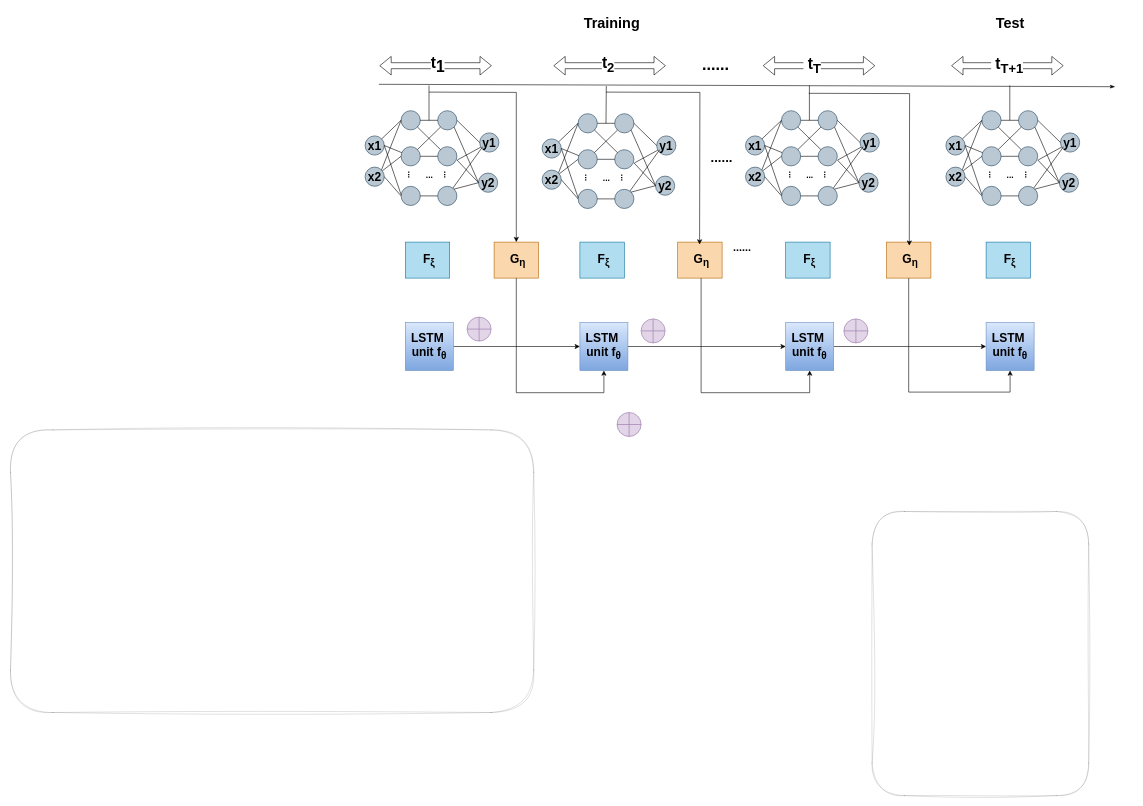
This is 未命名绘图.drawio from lilang0710/ll, a draw.io file, before an edit. Source tidied: cells renumbered, new cells numbered last; positions are measured from the earlier drawing's top-left corner, leaving out a move shared by most shapes. Both pictures are drawn from the tidied source at 60%, with x=0, y=0 at pixel (10, 10).
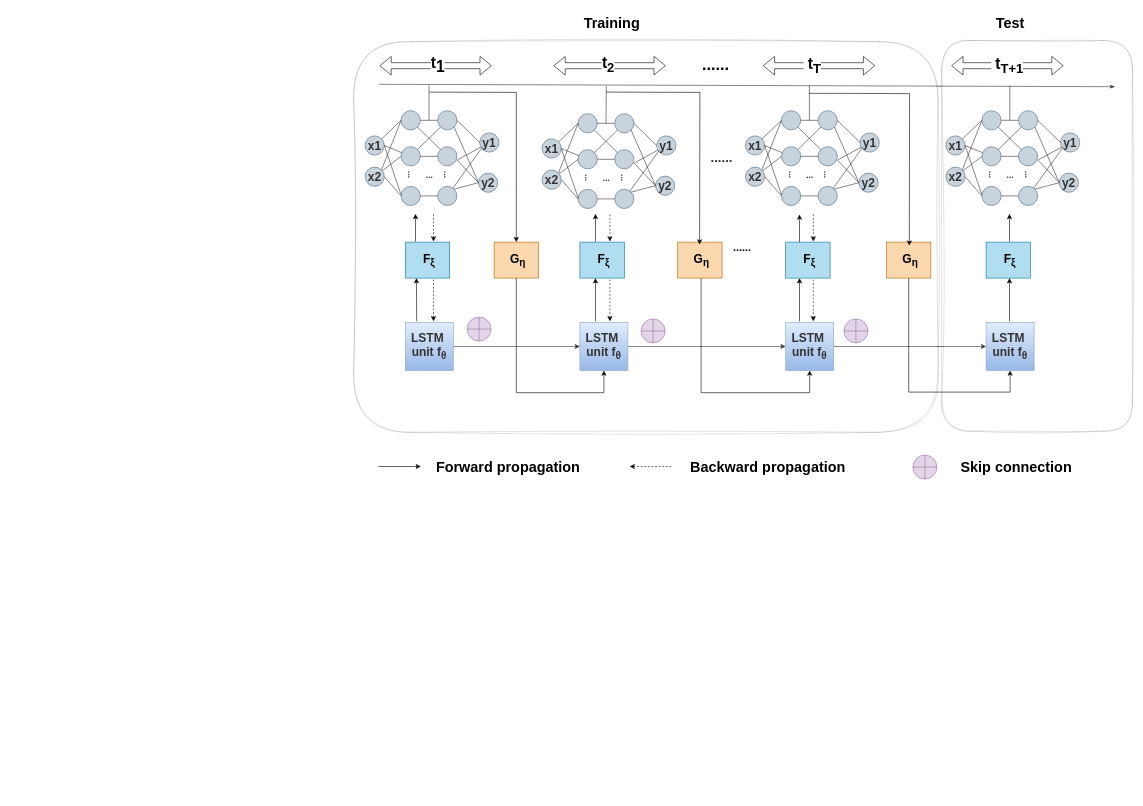
Above is the later version.

Commit message (it also covers changes not shown here):
更新未命名绘图.drawio

Unchanged cells that the change refers to:
```xml
<mxCell id="148" value="&lt;font style=&quot;font-size: 20px;&quot;&gt;&lt;b&gt;&amp;nbsp;F&lt;sub&gt;ξ&lt;/sub&gt;&lt;/b&gt;&lt;/font&gt;" style="rounded=0;whiteSpace=wrap;html=1;fillColor=#b1ddf0;strokeColor=#10739e;" parent="1" vertex="1">
  <mxGeometry x="658" y="386" width="74" height="60" as="geometry" />
</mxCell>
```

Change to the diagram source:
```diff
@@
     <mxCell id="135" style="rounded=1;whiteSpace=wrap;html=1;sketch=1;curveFitting=1;jiggle=2;shadow=0;opacity=20;" parent="1" vertex="1">
-      <mxGeometry y="699" width="872" height="471" as="geometry" />
+      <mxGeometry x="572" y="52" width="974" height="651" as="geometry" />
     </mxCell>
     <mxCell id="136" style="rounded=1;whiteSpace=wrap;html=1;sketch=1;curveFitting=1;jiggle=2;shadow=0;opacity=20;" parent="1" vertex="1">
-      <mxGeometry x="1436" y="835" width="361" height="473.5" as="geometry" />
+      <mxGeometry x="1552" y="50" width="318" height="651" as="geometry" />
     </mxCell>
@@
     <mxCell id="159" style="shape=orEllipse;perimeter=ellipsePerimeter;whiteSpace=wrap;html=1;backgroundOutline=1;fillColor=#e1d5e7;strokeColor=#9673a6;" parent="1" vertex="1">
-      <mxGeometry x="1011" y="670" width="40" height="40" as="geometry" />
+      <mxGeometry x="1504" y="741" width="40" height="40" as="geometry" />
     </mxCell>
@@
+    <mxCell id="166" style="endArrow=classic;html=1;rounded=0;entryX=0.25;entryY=1;entryDx=0;entryDy=0;" parent="1" edge="1" target="148">
+      <mxGeometry relative="1" as="geometry">
+        <mxPoint x="677" y="518" as="sourcePoint" />
+      </mxGeometry>
+    </mxCell>
+    <mxCell id="167" style="endArrow=classic;html=1;rounded=0;entryX=0.25;entryY=1;entryDx=0;entryDy=0;" parent="1" edge="1">
+      <mxGeometry relative="1" as="geometry">
+        <mxPoint x="975" y="518" as="sourcePoint" />
+        <mxPoint x="975" y="446" as="targetPoint" />
+      </mxGeometry>
+    </mxCell>
+    <mxCell id="168" style="endArrow=classic;html=1;rounded=0;entryX=0.25;entryY=1;entryDx=0;entryDy=0;" parent="1" edge="1">
+      <mxGeometry relative="1" as="geometry">
+        <mxPoint x="1315" y="518" as="sourcePoint" />
+        <mxPoint x="1315" y="446" as="targetPoint" />
+      </mxGeometry>
+    </mxCell>
+    <mxCell id="169" style="endArrow=classic;html=1;rounded=0;entryX=0.25;entryY=1;entryDx=0;entryDy=0;" parent="1" edge="1">
+      <mxGeometry relative="1" as="geometry">
+        <mxPoint x="1665" y="518" as="sourcePoint" />
+        <mxPoint x="1665" y="446" as="targetPoint" />
+      </mxGeometry>
+    </mxCell>
+    <mxCell id="170" style="endArrow=classic;html=1;rounded=0;entryX=0.25;entryY=1;entryDx=0;entryDy=0;" parent="1" edge="1">
+      <mxGeometry relative="1" as="geometry">
+        <mxPoint x="675" y="385" as="sourcePoint" />
+        <mxPoint x="675" y="339" as="targetPoint" />
+      </mxGeometry>
+    </mxCell>
+    <mxCell id="171" style="endArrow=classic;html=1;rounded=0;entryX=0.25;entryY=1;entryDx=0;entryDy=0;" parent="1" edge="1">
+      <mxGeometry relative="1" as="geometry">
+        <mxPoint x="975" y="385" as="sourcePoint" />
+        <mxPoint x="975" y="339" as="targetPoint" />
+      </mxGeometry>
+    </mxCell>
+    <mxCell id="172" style="endArrow=classic;html=1;rounded=0;entryX=0.25;entryY=1;entryDx=0;entryDy=0;" parent="1" edge="1">
+      <mxGeometry relative="1" as="geometry">
+        <mxPoint x="1315" y="386" as="sourcePoint" />
+        <mxPoint x="1315" y="340" as="targetPoint" />
+      </mxGeometry>
+    </mxCell>
+    <mxCell id="173" style="endArrow=classic;html=1;rounded=0;entryX=0.25;entryY=1;entryDx=0;entryDy=0;" parent="1" edge="1">
+      <mxGeometry relative="1" as="geometry">
+        <mxPoint x="1665" y="385" as="sourcePoint" />
+        <mxPoint x="1665" y="339" as="targetPoint" />
+      </mxGeometry>
+    </mxCell>
+    <mxCell id="174" style="endArrow=none;html=1;rounded=0;entryX=0.25;entryY=1;entryDx=0;entryDy=0;endFill=0;startArrow=classic;startFill=1;dashed=1;" parent="1" edge="1">
+      <mxGeometry relative="1" as="geometry">
+        <mxPoint x="705" y="518" as="sourcePoint" />
+        <mxPoint x="705" y="446" as="targetPoint" />
+      </mxGeometry>
+    </mxCell>
+    <mxCell id="175" style="endArrow=none;html=1;rounded=0;entryX=0.25;entryY=1;entryDx=0;entryDy=0;endFill=0;startArrow=classic;startFill=1;dashed=1;" parent="1" edge="1">
+      <mxGeometry relative="1" as="geometry">
+        <mxPoint x="999" y="518" as="sourcePoint" />
+        <mxPoint x="999" y="446" as="targetPoint" />
+      </mxGeometry>
+    </mxCell>
+    <mxCell id="176" style="endArrow=none;html=1;rounded=0;entryX=0.25;entryY=1;entryDx=0;entryDy=0;endFill=0;startArrow=classic;startFill=1;dashed=1;" parent="1" edge="1">
+      <mxGeometry relative="1" as="geometry">
+        <mxPoint x="1338" y="518" as="sourcePoint" />
+        <mxPoint x="1338" y="446" as="targetPoint" />
+      </mxGeometry>
+    </mxCell>
+    <mxCell id="177" style="endArrow=none;html=1;rounded=0;entryX=0.25;entryY=1;entryDx=0;entryDy=0;endFill=0;startArrow=classic;startFill=1;dashed=1;" parent="1" edge="1">
+      <mxGeometry relative="1" as="geometry">
+        <mxPoint x="705" y="385" as="sourcePoint" />
+        <mxPoint x="705" y="339" as="targetPoint" />
+      </mxGeometry>
+    </mxCell>
+    <mxCell id="178" style="endArrow=none;html=1;rounded=0;entryX=0.25;entryY=1;entryDx=0;entryDy=0;endFill=0;startArrow=classic;startFill=1;dashed=1;" parent="1" edge="1">
+      <mxGeometry relative="1" as="geometry">
+        <mxPoint x="999" y="385" as="sourcePoint" />
+        <mxPoint x="999" y="339" as="targetPoint" />
+      </mxGeometry>
+    </mxCell>
+    <mxCell id="179" style="endArrow=none;html=1;rounded=0;entryX=0.25;entryY=1;entryDx=0;entryDy=0;endFill=0;startArrow=classic;startFill=1;dashed=1;" parent="1" edge="1">
+      <mxGeometry relative="1" as="geometry">
+        <mxPoint x="1338" y="385" as="sourcePoint" />
+        <mxPoint x="1338" y="339" as="targetPoint" />
+      </mxGeometry>
+    </mxCell>
+    <mxCell id="180" style="endArrow=classic;html=1;rounded=0;" parent="1" edge="1">
+      <mxGeometry relative="1" as="geometry">
+        <mxPoint x="613" y="760" as="sourcePoint" />
+        <mxPoint x="684" y="760" as="targetPoint" />
+      </mxGeometry>
+    </mxCell>
+    <mxCell id="181" style="endArrow=none;html=1;rounded=0;endFill=0;startArrow=classic;startFill=1;dashed=1;" parent="1" edge="1">
+      <mxGeometry relative="1" as="geometry">
+        <mxPoint x="1032" y="760" as="sourcePoint" />
+        <mxPoint x="1103" y="760" as="targetPoint" />
+      </mxGeometry>
+    </mxCell>
+    <mxCell id="182" value="&lt;font size=&quot;1&quot;&gt;&lt;b&gt;&lt;font style=&quot;font-size: 24px;&quot;&gt;Forward propagation&lt;br&gt;&lt;/font&gt;&lt;/b&gt;&lt;/font&gt;" style="text;html=1;align=center;verticalAlign=middle;strokeColor=none;fillColor=none;" parent="1" vertex="1">
+      <mxGeometry x="700" y="741" width="258" height="41" as="geometry" />
+    </mxCell>
+    <mxCell id="183" value="&lt;font size=&quot;1&quot;&gt;&lt;b&gt;&lt;font style=&quot;font-size: 24px;&quot;&gt;Backward propagation&lt;/font&gt;&lt;/b&gt;&lt;/font&gt;" style="text;html=1;align=center;verticalAlign=middle;strokeColor=none;fillColor=none;" parent="1" vertex="1">
+      <mxGeometry x="1123" y="741" width="277" height="41" as="geometry" />
+    </mxCell>
+    <mxCell id="184" value="&lt;font size=&quot;1&quot;&gt;&lt;b&gt;&lt;font style=&quot;font-size: 24px;&quot;&gt;Skip connection&lt;br&gt;&lt;/font&gt;&lt;/b&gt;&lt;/font&gt;" style="text;html=1;align=center;verticalAlign=middle;strokeColor=none;fillColor=none;" parent="1" vertex="1">
+      <mxGeometry x="1574" y="741" width="203" height="41" as="geometry" />
+    </mxCell>
```
